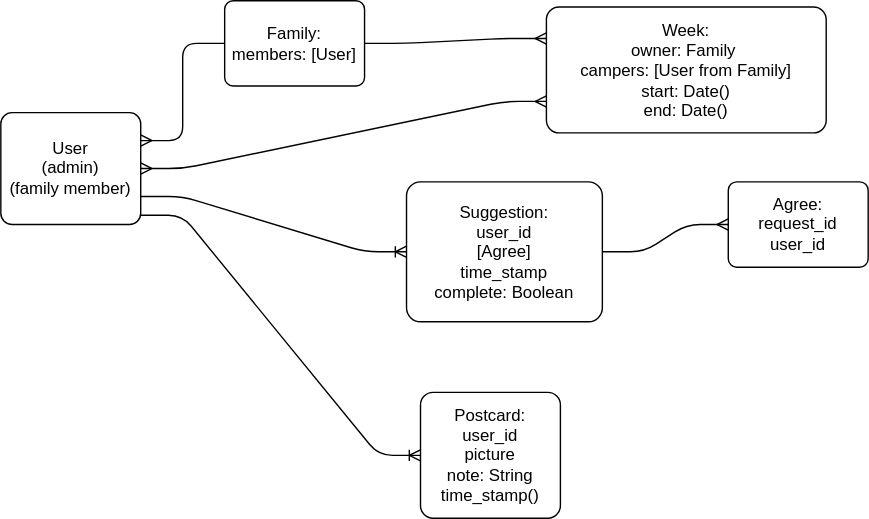
Earlier version of the draw.io export erd.svg (benhammondmusic/littlecabin). Source tidied: cells renumbered, new cells last; positions are measured from the earlier drawing's top-left corner, leaving out a move shared by most shapes. Source of this version:
```xml
<mxGraphModel>
  <root>
    <mxCell id="0" />
    <mxCell id="1" parent="0" />
    <mxCell id="2" value="User&lt;br&gt;(admin)&lt;br&gt;(family member)" style="rounded=1;arcSize=10;whiteSpace=wrap;html=1;align=center;" parent="1" vertex="1">
      <mxGeometry y="80" width="100" height="80" as="geometry" />
    </mxCell>
    <mxCell id="3" value="Week:&lt;br&gt;owner: Family&amp;nbsp;&lt;br&gt;campers: [User from Family]&lt;br&gt;start: Date()&lt;br&gt;end: Date()" style="rounded=1;arcSize=10;whiteSpace=wrap;html=1;align=center;" parent="1" vertex="1">
      <mxGeometry x="390" y="4.5" width="200" height="90" as="geometry" />
    </mxCell>
    <mxCell id="4" value="Postcard:&lt;br&gt;user_id&lt;br&gt;picture&lt;br&gt;note: String&lt;br&gt;time_stamp()" style="rounded=1;arcSize=10;whiteSpace=wrap;html=1;align=center;" parent="1" vertex="1">
      <mxGeometry x="300" y="280" width="100" height="90" as="geometry" />
    </mxCell>
    <mxCell id="5" value="Suggestion:&lt;br&gt;user_id&lt;br&gt;[Agree]&lt;br&gt;time_stamp&lt;br&gt;complete: Boolean" style="rounded=1;arcSize=10;whiteSpace=wrap;html=1;align=center;" parent="1" vertex="1">
      <mxGeometry x="290" y="129.5" width="140" height="100" as="geometry" />
    </mxCell>
    <mxCell id="6" style="edgeStyle=entityRelationEdgeStyle;fontSize=12;html=1;endArrow=ERoneToMany;exitX=1;exitY=0.75;exitDx=0;exitDy=0;entryX=0;entryY=0.5;entryDx=0;entryDy=0;fillColor=#FFFFFF;" parent="1" edge="1" source="2" target="5">
      <mxGeometry relative="1" as="geometry" />
    </mxCell>
    <mxCell id="7" style="edgeStyle=entityRelationEdgeStyle;fontSize=12;html=1;endArrow=ERoneToMany;entryX=0;entryY=0.5;entryDx=0;entryDy=0;exitX=0.997;exitY=0.917;exitDx=0;exitDy=0;exitPerimeter=0;fillColor=#FFFFFF;" parent="1" edge="1" source="2" target="4">
      <mxGeometry relative="1" as="geometry" />
    </mxCell>
    <mxCell id="8" style="edgeStyle=entityRelationEdgeStyle;fontSize=12;html=1;endArrow=ERmany;startArrow=ERmany;entryX=0;entryY=0.75;entryDx=0;entryDy=0;exitX=1;exitY=0.5;exitDx=0;exitDy=0;fillColor=#FFFFFF;" parent="1" edge="1" source="2" target="3">
      <mxGeometry relative="1" as="geometry" />
    </mxCell>
    <mxCell id="9" style="edgeStyle=orthogonalEdgeStyle;rounded=0;jettySize=auto;html=1;exitX=0.5;exitY=1;exitDx=0;exitDy=0;" parent="1" edge="1" source="10">
      <mxGeometry relative="1" as="geometry">
        <mxPoint x="540" y="170" as="targetPoint" />
      </mxGeometry>
    </mxCell>
    <mxCell id="10" value="Agree:&lt;br&gt;request_id&lt;br&gt;user_id" style="rounded=1;arcSize=10;whiteSpace=wrap;html=1;align=center;" parent="1" vertex="1">
      <mxGeometry x="520" y="129.5" width="100" height="61" as="geometry" />
    </mxCell>
    <mxCell id="11" style="edgeStyle=entityRelationEdgeStyle;fontSize=12;html=1;endArrow=ERmany;entryX=0;entryY=0.5;entryDx=0;entryDy=0;exitX=1;exitY=0.5;exitDx=0;exitDy=0;fillColor=#FFFFFF;" parent="1" edge="1" source="5" target="10">
      <mxGeometry relative="1" as="geometry" />
    </mxCell>
    <mxCell id="12" value="Family:&lt;br&gt;members: [User]" style="rounded=1;arcSize=10;whiteSpace=wrap;html=1;align=center;" parent="1" vertex="1">
      <mxGeometry x="160" width="100" height="61" as="geometry" />
    </mxCell>
    <mxCell id="13" style="edgeStyle=entityRelationEdgeStyle;fontSize=12;html=1;endArrow=ERmany;exitX=0;exitY=0.5;exitDx=0;exitDy=0;entryX=1;entryY=0.25;entryDx=0;entryDy=0;fillColor=#FFFFFF;" parent="1" edge="1" source="12" target="2">
      <mxGeometry relative="1" as="geometry" />
    </mxCell>
    <mxCell id="14" style="edgeStyle=entityRelationEdgeStyle;fontSize=12;html=1;endArrow=ERmany;exitX=1;exitY=0.5;exitDx=0;exitDy=0;entryX=0;entryY=0.25;entryDx=0;entryDy=0;fillColor=#FFFFFF;" parent="1" edge="1" source="12" target="3">
      <mxGeometry relative="1" as="geometry" />
    </mxCell>
  </root>
</mxGraphModel>
```
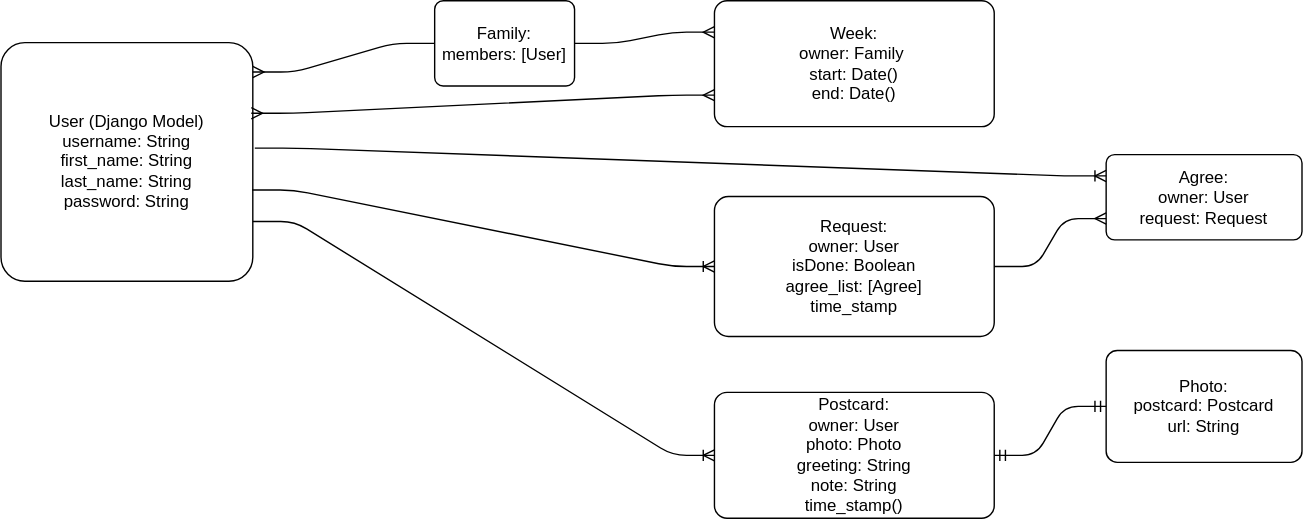
Later version of the same file.

Change to the diagram source:
```diff
@@ -2,46 +2,50 @@
   <root>
     <mxCell id="0" />
     <mxCell id="1" parent="0" />
-    <mxCell id="2" value="User&lt;br&gt;(admin)&lt;br&gt;(family member)" style="rounded=1;arcSize=10;whiteSpace=wrap;html=1;align=center;" parent="1" vertex="1">
-      <mxGeometry y="80" width="100" height="80" as="geometry" />
+    <mxCell id="2" value="User (Django Model)&lt;br&gt;username: String&lt;br&gt;first_name: String&lt;br&gt;last_name: String&lt;br&gt;password: String" style="rounded=1;arcSize=10;whiteSpace=wrap;html=1;align=center;" parent="1" vertex="1">
+      <mxGeometry x="-170" y="20" width="180" height="170.5" as="geometry" />
     </mxCell>
-    <mxCell id="3" value="Week:&lt;br&gt;owner: Family&amp;nbsp;&lt;br&gt;campers: [User from Family]&lt;br&gt;start: Date()&lt;br&gt;end: Date()" style="rounded=1;arcSize=10;whiteSpace=wrap;html=1;align=center;" parent="1" vertex="1">
-      <mxGeometry x="390" y="4.5" width="200" height="90" as="geometry" />
+    <mxCell id="3" value="Week:&lt;br&gt;owner: Family&amp;nbsp;&lt;br&gt;start: Date()&lt;br&gt;end: Date()" style="rounded=1;arcSize=10;whiteSpace=wrap;html=1;align=center;" parent="1" vertex="1">
+      <mxGeometry x="340" y="-10" width="200" height="90" as="geometry" />
     </mxCell>
-    <mxCell id="4" value="Postcard:&lt;br&gt;user_id&lt;br&gt;picture&lt;br&gt;note: String&lt;br&gt;time_stamp()" style="rounded=1;arcSize=10;whiteSpace=wrap;html=1;align=center;" parent="1" vertex="1">
-      <mxGeometry x="300" y="280" width="100" height="90" as="geometry" />
+    <mxCell id="4" value="Postcard:&lt;br&gt;owner: User&lt;br&gt;photo: Photo&lt;br&gt;greeting: String&lt;br&gt;note: String&lt;br&gt;time_stamp()" style="rounded=1;arcSize=10;whiteSpace=wrap;html=1;align=center;" parent="1" vertex="1">
+      <mxGeometry x="340" y="270" width="200" height="90" as="geometry" />
     </mxCell>
-    <mxCell id="5" value="Suggestion:&lt;br&gt;user_id&lt;br&gt;[Agree]&lt;br&gt;time_stamp&lt;br&gt;complete: Boolean" style="rounded=1;arcSize=10;whiteSpace=wrap;html=1;align=center;" parent="1" vertex="1">
-      <mxGeometry x="290" y="129.5" width="140" height="100" as="geometry" />
+    <mxCell id="5" value="Request:&lt;br&gt;owner: User&lt;br&gt;isDone: Boolean&lt;br&gt;agree_list: [Agree]&lt;br&gt;time_stamp" style="rounded=1;arcSize=10;whiteSpace=wrap;html=1;align=center;" parent="1" vertex="1">
+      <mxGeometry x="340" y="130" width="200" height="100" as="geometry" />
     </mxCell>
-    <mxCell id="6" style="edgeStyle=entityRelationEdgeStyle;fontSize=12;html=1;endArrow=ERoneToMany;exitX=1;exitY=0.75;exitDx=0;exitDy=0;entryX=0;entryY=0.5;entryDx=0;entryDy=0;fillColor=#FFFFFF;" parent="1" edge="1" source="2" target="5">
+    <mxCell id="6" style="edgeStyle=entityRelationEdgeStyle;fontSize=12;html=1;endArrow=ERoneToMany;exitX=0.997;exitY=0.618;exitDx=0;exitDy=0;entryX=0;entryY=0.5;entryDx=0;entryDy=0;fillColor=#FFFFFF;exitPerimeter=0;" parent="1" edge="1" source="2" target="5">
       <mxGeometry relative="1" as="geometry" />
     </mxCell>
-    <mxCell id="7" style="edgeStyle=entityRelationEdgeStyle;fontSize=12;html=1;endArrow=ERoneToMany;entryX=0;entryY=0.5;entryDx=0;entryDy=0;exitX=0.997;exitY=0.917;exitDx=0;exitDy=0;exitPerimeter=0;fillColor=#FFFFFF;" parent="1" edge="1" source="2" target="4">
+    <mxCell id="7" style="edgeStyle=entityRelationEdgeStyle;fontSize=12;html=1;endArrow=ERoneToMany;entryX=0;entryY=0.5;entryDx=0;entryDy=0;exitX=1;exitY=0.75;exitDx=0;exitDy=0;fillColor=#FFFFFF;" parent="1" edge="1" source="2" target="4">
       <mxGeometry relative="1" as="geometry" />
     </mxCell>
-    <mxCell id="8" style="edgeStyle=entityRelationEdgeStyle;fontSize=12;html=1;endArrow=ERmany;startArrow=ERmany;entryX=0;entryY=0.75;entryDx=0;entryDy=0;exitX=1;exitY=0.5;exitDx=0;exitDy=0;fillColor=#FFFFFF;" parent="1" edge="1" source="2" target="3">
+    <mxCell id="8" style="edgeStyle=entityRelationEdgeStyle;fontSize=12;html=1;endArrow=ERmany;startArrow=ERmany;entryX=0;entryY=0.75;entryDx=0;entryDy=0;exitX=0.994;exitY=0.296;exitDx=0;exitDy=0;fillColor=#FFFFFF;exitPerimeter=0;" parent="1" edge="1" source="2" target="3">
       <mxGeometry relative="1" as="geometry" />
     </mxCell>
-    <mxCell id="9" style="edgeStyle=orthogonalEdgeStyle;rounded=0;jettySize=auto;html=1;exitX=0.5;exitY=1;exitDx=0;exitDy=0;" parent="1" edge="1" source="10">
-      <mxGeometry relative="1" as="geometry">
-        <mxPoint x="540" y="170" as="targetPoint" />
-      </mxGeometry>
-    </mxCell>
-    <mxCell id="10" value="Agree:&lt;br&gt;request_id&lt;br&gt;user_id" style="rounded=1;arcSize=10;whiteSpace=wrap;html=1;align=center;" parent="1" vertex="1">
-      <mxGeometry x="520" y="129.5" width="100" height="61" as="geometry" />
+    <mxCell id="10" value="Agree:&lt;br&gt;owner: User&lt;br&gt;request: Request" style="rounded=1;arcSize=10;whiteSpace=wrap;html=1;align=center;" parent="1" vertex="1">
+      <mxGeometry x="620" y="100" width="140" height="61" as="geometry" />
     </mxCell>
-    <mxCell id="11" style="edgeStyle=entityRelationEdgeStyle;fontSize=12;html=1;endArrow=ERmany;entryX=0;entryY=0.5;entryDx=0;entryDy=0;exitX=1;exitY=0.5;exitDx=0;exitDy=0;fillColor=#FFFFFF;" parent="1" edge="1" source="5" target="10">
+    <mxCell id="11" style="edgeStyle=entityRelationEdgeStyle;fontSize=12;html=1;endArrow=ERmany;entryX=0;entryY=0.75;entryDx=0;entryDy=0;exitX=1;exitY=0.5;exitDx=0;exitDy=0;fillColor=#FFFFFF;" parent="1" edge="1" source="5" target="10">
       <mxGeometry relative="1" as="geometry" />
     </mxCell>
     <mxCell id="12" value="Family:&lt;br&gt;members: [User]" style="rounded=1;arcSize=10;whiteSpace=wrap;html=1;align=center;" parent="1" vertex="1">
-      <mxGeometry x="160" width="100" height="61" as="geometry" />
+      <mxGeometry x="140" y="-10" width="100" height="61" as="geometry" />
     </mxCell>
-    <mxCell id="13" style="edgeStyle=entityRelationEdgeStyle;fontSize=12;html=1;endArrow=ERmany;exitX=0;exitY=0.5;exitDx=0;exitDy=0;entryX=1;entryY=0.25;entryDx=0;entryDy=0;fillColor=#FFFFFF;" parent="1" edge="1" source="12" target="2">
+    <mxCell id="13" style="edgeStyle=entityRelationEdgeStyle;fontSize=12;html=1;endArrow=ERmany;exitX=0;exitY=0.5;exitDx=0;exitDy=0;entryX=1;entryY=0.123;entryDx=0;entryDy=0;fillColor=#FFFFFF;entryPerimeter=0;" parent="1" edge="1" source="12" target="2">
       <mxGeometry relative="1" as="geometry" />
     </mxCell>
     <mxCell id="14" style="edgeStyle=entityRelationEdgeStyle;fontSize=12;html=1;endArrow=ERmany;exitX=1;exitY=0.5;exitDx=0;exitDy=0;entryX=0;entryY=0.25;entryDx=0;entryDy=0;fillColor=#FFFFFF;" parent="1" edge="1" source="12" target="3">
       <mxGeometry relative="1" as="geometry" />
     </mxCell>
+    <mxCell id="15" value="Photo:&lt;br&gt;postcard: Postcard&lt;br&gt;url: String" style="rounded=1;arcSize=10;whiteSpace=wrap;html=1;align=center;" parent="1" vertex="1">
+      <mxGeometry x="620" y="240" width="140" height="80" as="geometry" />
+    </mxCell>
+    <mxCell id="16" style="edgeStyle=entityRelationEdgeStyle;fontSize=12;html=1;endArrow=ERmandOne;startArrow=ERmandOne;exitX=1;exitY=0.5;exitDx=0;exitDy=0;" parent="1" edge="1" source="4" target="15">
+      <mxGeometry relative="1" as="geometry" />
+    </mxCell>
+    <mxCell id="17" style="edgeStyle=entityRelationEdgeStyle;fontSize=12;html=1;endArrow=ERoneToMany;exitX=1.008;exitY=0.442;exitDx=0;exitDy=0;exitPerimeter=0;entryX=0;entryY=0.25;entryDx=0;entryDy=0;" parent="1" edge="1" source="2" target="10">
+      <mxGeometry relative="1" as="geometry" />
+    </mxCell>
   </root>
 </mxGraphModel>
```
